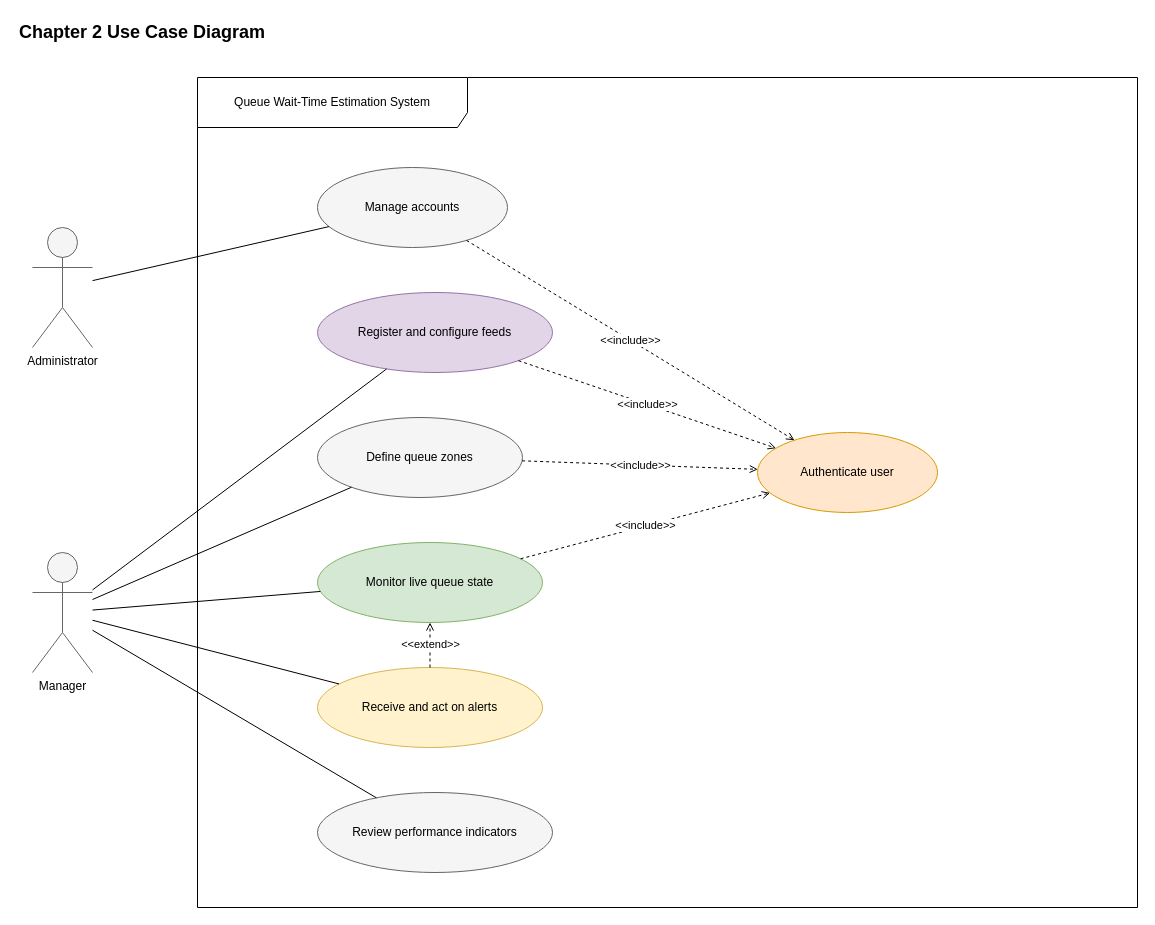
Above: report-latex/figures/drawio/chapter2_use_case.drawio in Salmen-BA21/Queue-Wait-Time-Estimation (draw.io), before the change. Source tidied: cells renumbered, new cells numbered last; positions are measured from the earlier drawing's top-left corner, leaving out a move shared by most shapes. Both pictures are drawn from the tidied source at 100%, with x=0, y=0 at pixel (17, 17).
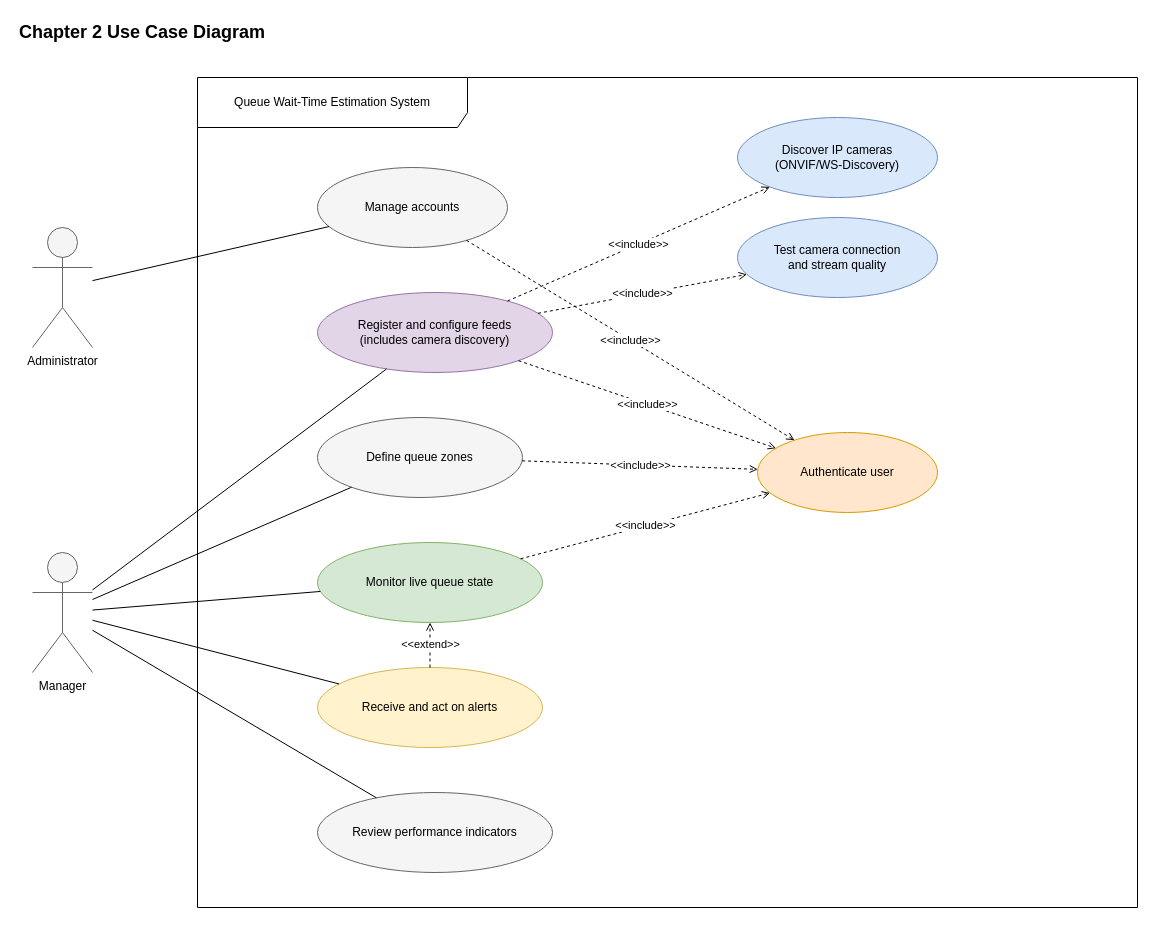
The same diagram, later.

Unchanged cells that the change refers to:
```xml
<mxCell id="5" value="Queue Wait-Time Estimation System" style="shape=umlFrame;whiteSpace=wrap;html=1;width=270;height=50;" parent="1" vertex="1">
  <mxGeometry x="180" y="60" width="940" height="830" as="geometry" />
</mxCell>
```

What changed in the source:
```diff
@@
-    <mxCell id="7" value="Register and configure feeds" style="ellipse;whiteSpace=wrap;html=1;fillColor=#e1d5e7;strokeColor=#9673a6;" parent="5" vertex="1">
+    <mxCell id="7" value="Register and configure feeds&#10;(includes camera discovery)" style="ellipse;whiteSpace=wrap;html=1;fillColor=#e1d5e7;strokeColor=#9673a6;" parent="5" vertex="1">
       <mxGeometry x="120" y="215" width="235" height="80" as="geometry" />
     </mxCell>
+    <mxCell id="24" value="Discover IP cameras&#10;(ONVIF/WS-Discovery)" style="ellipse;whiteSpace=wrap;html=1;fillColor=#dae8fc;strokeColor=#6c8ebf;" parent="5" vertex="1">
+      <mxGeometry x="540" y="40" width="200" height="80" as="geometry" />
+    </mxCell>
+    <mxCell id="25" value="Test camera connection&#10;and stream quality" style="ellipse;whiteSpace=wrap;html=1;fillColor=#dae8fc;strokeColor=#6c8ebf;" parent="5" vertex="1">
+      <mxGeometry x="540" y="140" width="200" height="80" as="geometry" />
+    </mxCell>
+    <mxCell id="26" value="&amp;lt;&amp;lt;include&amp;gt;&amp;gt;" style="dashed=1;endArrow=open;endFill=0;html=1;rounded=0;" parent="5" edge="1" source="7" target="24">
+      <mxGeometry relative="1" as="geometry" />
+    </mxCell>
+    <mxCell id="27" value="&amp;lt;&amp;lt;include&amp;gt;&amp;gt;" style="dashed=1;endArrow=open;endFill=0;html=1;rounded=0;" parent="5" edge="1" source="7" target="25">
+      <mxGeometry relative="1" as="geometry" />
+    </mxCell>
```
